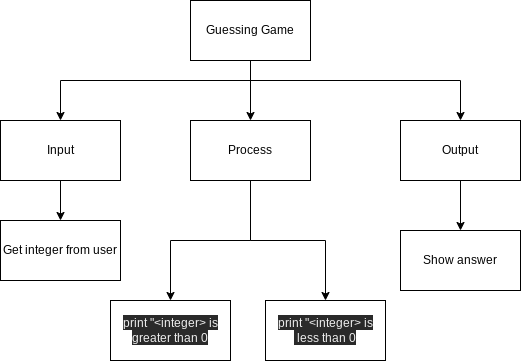
The draw.io diagram design/top-down.png in Johanna-liu16/ICS3U-Unit-3-04-python, before a commit. Source tidied: cells renumbered, new cells last; positions are measured from the earlier drawing's top-left corner, leaving out a move shared by most shapes.
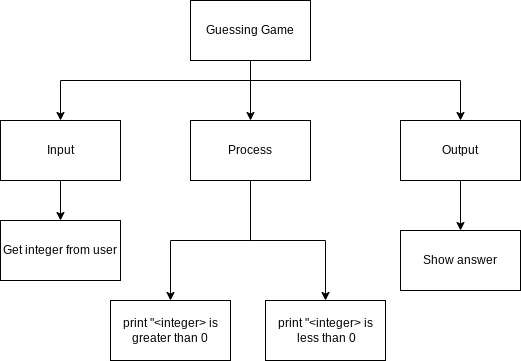
After the commit.

Change to the diagram source:
```diff
@@ -27,7 +27,7 @@
     <mxCell id="6" value="Show answer" style="rounded=0;whiteSpace=wrap;html=1;" parent="1" vertex="1">
       <mxGeometry x="400" y="230" width="120" height="60" as="geometry" />
     </mxCell>
-    <mxCell id="7" value="&lt;span style=&quot;color: rgb(240 , 240 , 240) ; font-family: &amp;#34;helvetica&amp;#34; ; font-size: 12px ; font-style: normal ; font-weight: 400 ; letter-spacing: normal ; text-align: center ; text-indent: 0px ; text-transform: none ; word-spacing: 0px ; background-color: rgb(42 , 42 , 42) ; display: inline ; float: none&quot;&gt;print &quot;&amp;lt;integer&amp;gt; is greater than 0&lt;/span&gt;" style="rounded=0;whiteSpace=wrap;html=1;" parent="1" vertex="1">
+    <mxCell id="7" value="&lt;span style=&quot;font-family: &amp;#34;helvetica&amp;#34; ; font-size: 12px ; font-style: normal ; font-weight: 400 ; letter-spacing: normal ; text-align: center ; text-indent: 0px ; text-transform: none ; word-spacing: 0px ; display: inline ; float: none&quot;&gt;&lt;font color=&quot;#000000&quot;&gt;print &quot;&amp;lt;integer&amp;gt; is greater than 0&lt;/font&gt;&lt;/span&gt;" style="rounded=0;whiteSpace=wrap;html=1;" parent="1" vertex="1">
       <mxGeometry x="110" y="300" width="120" height="60" as="geometry" />
     </mxCell>
     <mxCell id="8" value="Get integer from user" style="rounded=0;whiteSpace=wrap;html=1;" parent="1" vertex="1">
@@ -61,7 +61,7 @@
     <mxCell id="15" value="Input" style="rounded=0;whiteSpace=wrap;html=1;" parent="1" vertex="1">
       <mxGeometry y="120" width="120" height="60" as="geometry" />
     </mxCell>
-    <mxCell id="16" value="&lt;span style=&quot;color: rgb(240 , 240 , 240) ; font-family: &amp;#34;helvetica&amp;#34; ; font-size: 12px ; font-style: normal ; font-weight: 400 ; letter-spacing: normal ; text-align: center ; text-indent: 0px ; text-transform: none ; word-spacing: 0px ; background-color: rgb(42 , 42 , 42) ; display: inline ; float: none&quot;&gt;print &quot;&amp;lt;integer&amp;gt; is&lt;/span&gt;&lt;br style=&quot;color: rgb(240 , 240 , 240) ; font-family: &amp;#34;helvetica&amp;#34; ; font-size: 12px ; font-style: normal ; font-weight: 400 ; letter-spacing: normal ; text-align: center ; text-indent: 0px ; text-transform: none ; word-spacing: 0px ; background-color: rgb(42 , 42 , 42)&quot;&gt;&lt;span style=&quot;color: rgb(240 , 240 , 240) ; font-family: &amp;#34;helvetica&amp;#34; ; font-size: 12px ; font-style: normal ; font-weight: 400 ; letter-spacing: normal ; text-align: center ; text-indent: 0px ; text-transform: none ; word-spacing: 0px ; background-color: rgb(42 , 42 , 42) ; display: inline ; float: none&quot;&gt;&amp;nbsp;less than 0&lt;/span&gt;" style="rounded=0;whiteSpace=wrap;html=1;" parent="1" vertex="1">
+    <mxCell id="16" value="&lt;font color=&quot;#000000&quot;&gt;&lt;span style=&quot;font-family: &amp;#34;helvetica&amp;#34; ; font-size: 12px ; font-style: normal ; font-weight: 400 ; letter-spacing: normal ; text-align: center ; text-indent: 0px ; text-transform: none ; word-spacing: 0px ; display: inline ; float: none&quot;&gt;print &quot;&amp;lt;integer&amp;gt; is&lt;/span&gt;&lt;br style=&quot;font-family: &amp;#34;helvetica&amp;#34; ; font-size: 12px ; font-style: normal ; font-weight: 400 ; letter-spacing: normal ; text-align: center ; text-indent: 0px ; text-transform: none ; word-spacing: 0px&quot;&gt;&lt;span style=&quot;font-family: &amp;#34;helvetica&amp;#34; ; font-size: 12px ; font-style: normal ; font-weight: 400 ; letter-spacing: normal ; text-align: center ; text-indent: 0px ; text-transform: none ; word-spacing: 0px ; display: inline ; float: none&quot;&gt;&amp;nbsp;less than 0&lt;/span&gt;&lt;/font&gt;" style="rounded=0;whiteSpace=wrap;html=1;" parent="1" vertex="1">
       <mxGeometry x="265" y="300" width="120" height="60" as="geometry" />
     </mxCell>
   </root>
```
